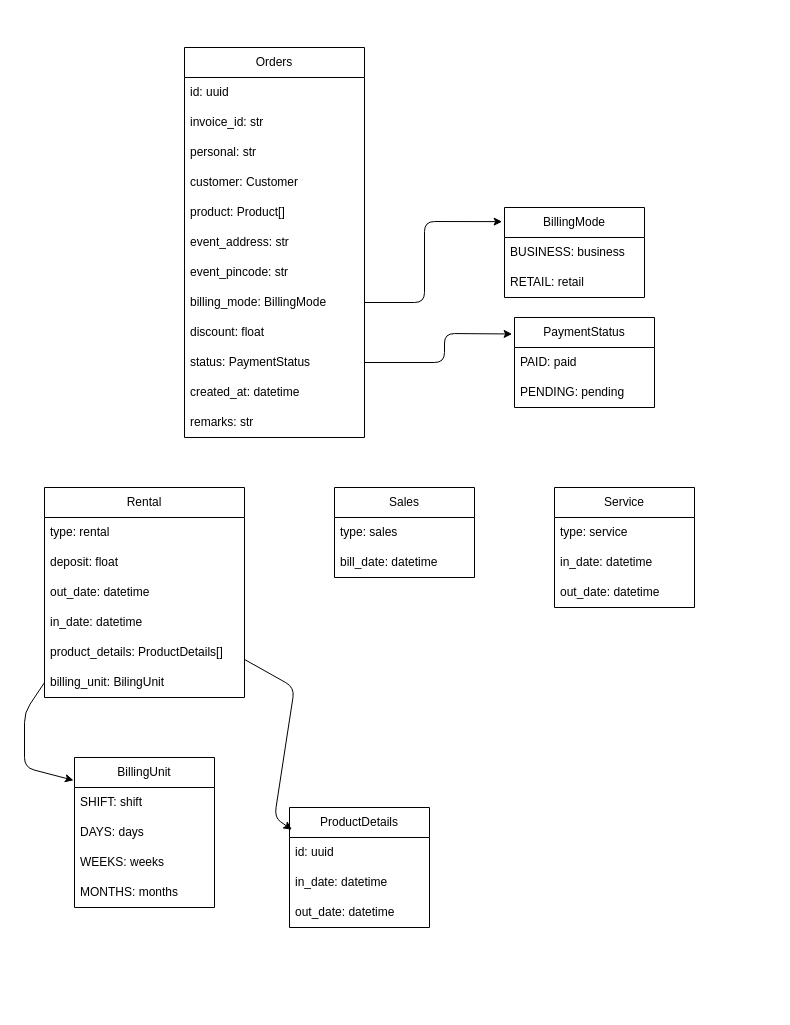
Earlier version of the draw.io diagram page "Orders" (4 of 4) of docs/IMS_MPT.drawio (Cherisher08/IMS_mpt_backend). Source tidied: cells renumbered, new cells numbered last; positions are measured from the earlier drawing's top-left corner, leaving out a move shared by most shapes. Both pictures are drawn from the tidied source at 100%, with x=0, y=0 at pixel (24, 47).
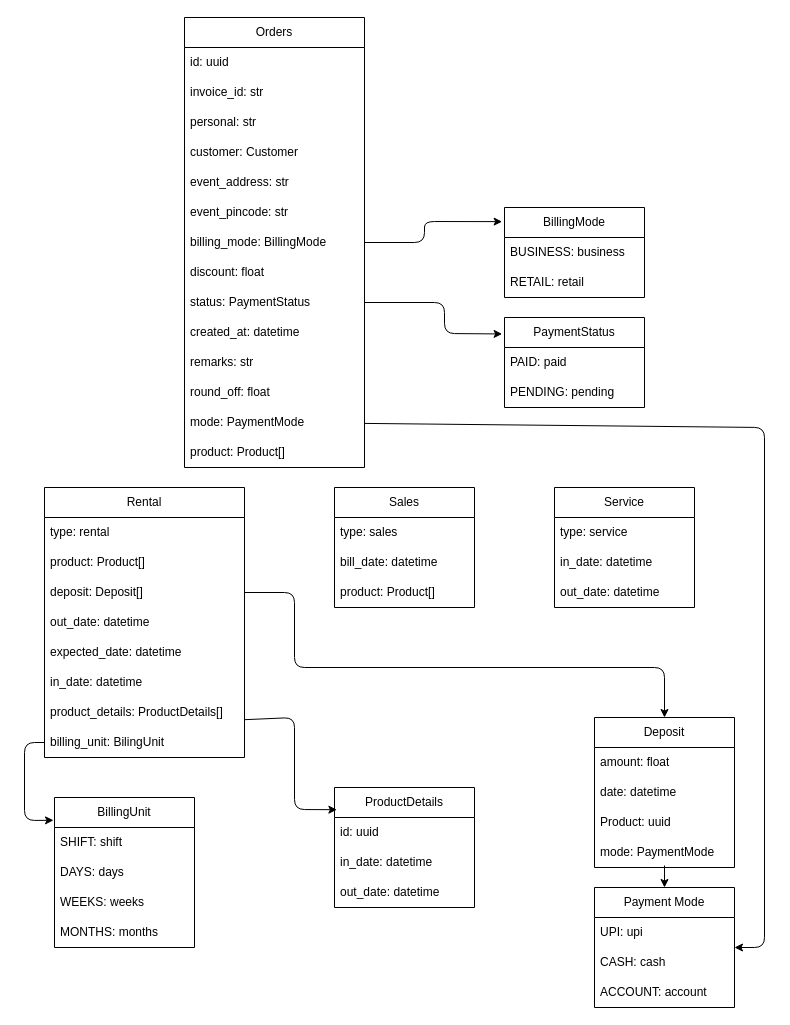
The same page after the edit.

Unchanged cells that the change refers to:
```xml
<mxCell id="22" value="BillingMode" style="swimlane;fontStyle=0;horizontal=1;startSize=30;whiteSpace=wrap;html=1;" parent="1" vertex="1">
  <mxGeometry x="480" y="160" width="140" height="90" as="geometry" />
</mxCell>
```

The edit, as a diff of the source:
```diff
@@
     <mxCell id="2" value="Orders" style="swimlane;fontStyle=0;horizontal=1;startSize=30;whiteSpace=wrap;html=1;" parent="1" vertex="1">
-      <mxGeometry x="160" width="180" height="390" as="geometry" />
+      <mxGeometry x="160" y="-30" width="180" height="450" as="geometry" />
     </mxCell>
@@
-    <mxCell id="7" value="product: Product[]" style="text;strokeColor=none;fillColor=none;align=left;verticalAlign=middle;spacingLeft=4;spacingRight=4;overflow=hidden;whiteSpace=wrap;html=1;" parent="2" vertex="1">
-      <mxGeometry y="150" width="180" height="30" as="geometry" />
-    </mxCell>
     <mxCell id="8" value="event_address: str" style="text;strokeColor=none;fillColor=none;align=left;verticalAlign=middle;spacingLeft=4;spacingRight=4;overflow=hidden;whiteSpace=wrap;html=1;" parent="2" vertex="1">
-      <mxGeometry y="180" width="180" height="30" as="geometry" />
+      <mxGeometry y="150" width="180" height="30" as="geometry" />
     </mxCell>
     <mxCell id="9" value="event_pincode: str" style="text;strokeColor=none;fillColor=none;align=left;verticalAlign=middle;spacingLeft=4;spacingRight=4;overflow=hidden;whiteSpace=wrap;html=1;" parent="2" vertex="1">
-      <mxGeometry y="210" width="180" height="30" as="geometry" />
+      <mxGeometry y="180" width="180" height="30" as="geometry" />
     </mxCell>
     <mxCell id="10" value="billing_mode: BillingMode" style="text;strokeColor=none;fillColor=none;align=left;verticalAlign=middle;spacingLeft=4;spacingRight=4;overflow=hidden;points=[[0,0.5],[1,0.5]];portConstraint=eastwest;whiteSpace=wrap;html=1;" parent="2" vertex="1">
-      <mxGeometry y="240" width="180" height="30" as="geometry" />
+      <mxGeometry y="210" width="180" height="30" as="geometry" />
     </mxCell>
     <mxCell id="11" value="discount: float" style="text;strokeColor=none;fillColor=none;align=left;verticalAlign=middle;spacingLeft=4;spacingRight=4;overflow=hidden;whiteSpace=wrap;html=1;" parent="2" vertex="1">
-      <mxGeometry y="270" width="180" height="30" as="geometry" />
+      <mxGeometry y="240" width="180" height="30" as="geometry" />
     </mxCell>
     <mxCell id="12" value="status: PaymentStatus" style="text;strokeColor=none;fillColor=none;align=left;verticalAlign=middle;spacingLeft=4;spacingRight=4;overflow=hidden;points=[[0,0.5],[1,0.5]];portConstraint=eastwest;whiteSpace=wrap;html=1;" parent="2" vertex="1">
-      <mxGeometry y="300" width="180" height="30" as="geometry" />
+      <mxGeometry y="270" width="180" height="30" as="geometry" />
     </mxCell>
     <mxCell id="13" value="created_at: datetime" style="text;strokeColor=none;fillColor=none;align=left;verticalAlign=middle;spacingLeft=4;spacingRight=4;overflow=hidden;whiteSpace=wrap;html=1;" parent="2" vertex="1">
-      <mxGeometry y="330" width="180" height="30" as="geometry" />
+      <mxGeometry y="300" width="180" height="30" as="geometry" />
     </mxCell>
     <mxCell id="14" value="remarks: str" style="text;strokeColor=none;fillColor=none;align=left;verticalAlign=middle;spacingLeft=4;spacingRight=4;overflow=hidden;whiteSpace=wrap;html=1;" parent="2" vertex="1">
-      <mxGeometry y="360" width="180" height="30" as="geometry" />
+      <mxGeometry y="330" width="180" height="30" as="geometry" />
     </mxCell>
+    <mxCell id="48" value="round_off: float" style="text;strokeColor=none;fillColor=none;align=left;verticalAlign=middle;spacingLeft=4;spacingRight=4;overflow=hidden;whiteSpace=wrap;html=1;" parent="2" vertex="1">
+      <mxGeometry y="360" width="180" height="30" as="geometry" />
+    </mxCell>
+    <mxCell id="49" value="mode: PaymentMode" style="text;strokeColor=none;fillColor=none;align=left;verticalAlign=middle;spacingLeft=4;spacingRight=4;overflow=hidden;points=[[0,0.5],[1,0.5]];portConstraint=eastwest;whiteSpace=wrap;html=1;" parent="2" vertex="1">
+      <mxGeometry y="390" width="180" height="30" as="geometry" />
+    </mxCell>
+    <mxCell id="50" value="&lt;span style=&quot;color: rgb(0, 0, 0);&quot;&gt;product: Product[]&lt;/span&gt;" style="text;strokeColor=none;fillColor=none;align=left;verticalAlign=middle;spacingLeft=4;spacingRight=4;overflow=hidden;whiteSpace=wrap;html=1;" parent="2" vertex="1">
+      <mxGeometry y="420" width="180" height="30" as="geometry" />
+    </mxCell>
     <mxCell id="15" value="Rental" style="swimlane;fontStyle=0;horizontal=1;startSize=30;whiteSpace=wrap;html=1;" parent="1" vertex="1">
-      <mxGeometry x="20" y="440" width="200" height="210" as="geometry" />
+      <mxGeometry x="20" y="440" width="200" height="270" as="geometry" />
     </mxCell>
+    <mxCell id="51" value="type: rental" style="text;strokeColor=none;fillColor=none;align=left;verticalAlign=middle;spacingLeft=4;spacingRight=4;overflow=hidden;whiteSpace=wrap;html=1;" parent="15" vertex="1">
+      <mxGeometry y="30" width="200" height="30" as="geometry" />
+    </mxCell>
-    <mxCell id="16" value="type: rental" style="text;strokeColor=none;fillColor=none;align=left;verticalAlign=middle;spacingLeft=4;spacingRight=4;overflow=hidden;whiteSpace=wrap;html=1;" parent="15" vertex="1">
-      <mxGeometry y="30" width="200" height="30" as="geometry" />
+    <mxCell id="16" value="&lt;span style=&quot;color: rgb(0, 0, 0);&quot;&gt;product: Product[]&lt;/span&gt;" style="text;strokeColor=none;fillColor=none;align=left;verticalAlign=middle;spacingLeft=4;spacingRight=4;overflow=hidden;whiteSpace=wrap;html=1;" parent="15" vertex="1">
+      <mxGeometry y="60" width="200" height="30" as="geometry" />
     </mxCell>
-    <mxCell id="17" value="deposit: float" style="text;strokeColor=none;fillColor=none;align=left;verticalAlign=middle;spacingLeft=4;spacingRight=4;overflow=hidden;points=[[0,0.5],[1,0.5]];portConstraint=eastwest;whiteSpace=wrap;html=1;" parent="15" vertex="1">
-      <mxGeometry y="60" width="200" height="30" as="geometry" />
+    <mxCell id="17" value="deposit: Deposit[]" style="text;strokeColor=none;fillColor=none;align=left;verticalAlign=middle;spacingLeft=4;spacingRight=4;overflow=hidden;points=[[0,0.5],[1,0.5]];portConstraint=eastwest;whiteSpace=wrap;html=1;" parent="15" vertex="1">
+      <mxGeometry y="90" width="200" height="30" as="geometry" />
     </mxCell>
+    <mxCell id="52" value="out_date: datetime" style="text;strokeColor=none;fillColor=none;align=left;verticalAlign=middle;spacingLeft=4;spacingRight=4;overflow=hidden;whiteSpace=wrap;html=1;" parent="15" vertex="1">
+      <mxGeometry y="120" width="200" height="30" as="geometry" />
+    </mxCell>
-    <mxCell id="18" value="out_date: datetime" style="text;strokeColor=none;fillColor=none;align=left;verticalAlign=middle;spacingLeft=4;spacingRight=4;overflow=hidden;whiteSpace=wrap;html=1;" parent="15" vertex="1">
-      <mxGeometry y="90" width="200" height="30" as="geometry" />
+    <mxCell id="18" value="expected_date: datetime" style="text;strokeColor=none;fillColor=none;align=left;verticalAlign=middle;spacingLeft=4;spacingRight=4;overflow=hidden;whiteSpace=wrap;html=1;" parent="15" vertex="1">
+      <mxGeometry y="150" width="200" height="30" as="geometry" />
     </mxCell>
     <mxCell id="19" value="in_date: datetime" style="text;strokeColor=none;fillColor=none;align=left;verticalAlign=middle;spacingLeft=4;spacingRight=4;overflow=hidden;whiteSpace=wrap;html=1;" parent="15" vertex="1">
-      <mxGeometry y="120" width="200" height="30" as="geometry" />
+      <mxGeometry y="180" width="200" height="30" as="geometry" />
     </mxCell>
     <mxCell id="20" value="product_details: ProductDetails[]" style="text;strokeColor=none;fillColor=none;align=left;verticalAlign=middle;spacingLeft=4;spacingRight=4;overflow=hidden;points=[[0,0.5],[1,0.5]];portConstraint=eastwest;whiteSpace=wrap;html=1;" parent="15" vertex="1">
-      <mxGeometry y="150" width="200" height="30" as="geometry" />
+      <mxGeometry y="210" width="200" height="30" as="geometry" />
     </mxCell>
     <mxCell id="21" value="billing_unit: BilingUnit" style="text;strokeColor=none;fillColor=none;align=left;verticalAlign=middle;spacingLeft=4;spacingRight=4;overflow=hidden;points=[[0,0.5],[1,0.5]];portConstraint=eastwest;whiteSpace=wrap;html=1;" parent="15" vertex="1">
-      <mxGeometry y="180" width="200" height="30" as="geometry" />
+      <mxGeometry y="240" width="200" height="30" as="geometry" />
     </mxCell>
@@
     <mxCell id="25" style="edgeStyle=none;html=1;exitX=1;exitY=0.5;exitDx=0;exitDy=0;entryX=-0.017;entryY=0.157;entryDx=0;entryDy=0;entryPerimeter=0;" parent="1" edge="1" source="10" target="22">
       <mxGeometry relative="1" as="geometry">
         <Array as="points">
-          <mxPoint x="400" y="255" />
+          <mxPoint x="400" y="195" />
           <mxPoint x="400" y="174" />
         </Array>
       </mxGeometry>
     </mxCell>
     <mxCell id="26" value="Sales" style="swimlane;fontStyle=0;horizontal=1;startSize=30;whiteSpace=wrap;html=1;" parent="1" vertex="1">
-      <mxGeometry x="310" y="440" width="140" height="90" as="geometry" />
+      <mxGeometry x="310" y="440" width="140" height="120" as="geometry" />
     </mxCell>
@@
+    <mxCell id="53" value="&lt;span style=&quot;color: rgb(0, 0, 0);&quot;&gt;product: Product[]&lt;/span&gt;" style="text;strokeColor=none;fillColor=none;align=left;verticalAlign=middle;spacingLeft=4;spacingRight=4;overflow=hidden;whiteSpace=wrap;html=1;" parent="26" vertex="1">
+      <mxGeometry y="90" width="140" height="30" as="geometry" />
+    </mxCell>
@@
     <mxCell id="33" value="PaymentStatus" style="swimlane;fontStyle=0;horizontal=1;startSize=30;whiteSpace=wrap;html=1;" parent="1" vertex="1">
-      <mxGeometry x="490" y="270" width="140" height="90" as="geometry" />
+      <mxGeometry x="480" y="270" width="140" height="90" as="geometry" />
     </mxCell>
@@
     <mxCell id="36" style="edgeStyle=none;html=1;exitX=1;exitY=0.5;exitDx=0;exitDy=0;entryX=-0.017;entryY=0.183;entryDx=0;entryDy=0;entryPerimeter=0;" parent="1" edge="1" source="12" target="33">
       <mxGeometry relative="1" as="geometry">
         <Array as="points">
-          <mxPoint x="420" y="315" />
+          <mxPoint x="420" y="255" />
           <mxPoint x="420" y="286" />
         </Array>
       </mxGeometry>
     </mxCell>
     <mxCell id="37" value="&lt;span style=&quot;color: rgb(0, 0, 0); text-align: left;&quot;&gt;ProductDetails&lt;/span&gt;" style="swimlane;fontStyle=0;horizontal=1;startSize=30;whiteSpace=wrap;html=1;" parent="1" vertex="1">
-      <mxGeometry x="265" y="760" width="140" height="120" as="geometry" />
+      <mxGeometry x="310" y="740" width="140" height="120" as="geometry" />
     </mxCell>
@@
     <mxCell id="41" style="edgeStyle=none;html=1;entryX=0.017;entryY=0.185;entryDx=0;entryDy=0;exitX=1.002;exitY=0.739;exitDx=0;exitDy=0;exitPerimeter=0;entryPerimeter=0;" parent="1" edge="1" source="20" target="37">
       <mxGeometry relative="1" as="geometry">
         <Array as="points">
-          <mxPoint x="270" y="640" />
-          <mxPoint x="250" y="770" />
+          <mxPoint x="270" y="670" />
+          <mxPoint x="270" y="762" />
         </Array>
       </mxGeometry>
     </mxCell>
     <mxCell id="42" value="BillingUnit" style="swimlane;fontStyle=0;horizontal=1;startSize=30;whiteSpace=wrap;html=1;" parent="1" vertex="1">
-      <mxGeometry x="50" y="710" width="140" height="150" as="geometry" />
+      <mxGeometry x="30" y="750" width="140" height="150" as="geometry" />
     </mxCell>
@@
     <mxCell id="47" style="edgeStyle=none;html=1;exitX=0;exitY=0.5;exitDx=0;exitDy=0;entryX=-0.007;entryY=0.152;entryDx=0;entryDy=0;entryPerimeter=0;" parent="1" edge="1" source="21" target="42">
       <mxGeometry relative="1" as="geometry">
         <Array as="points">
-          <mxPoint y="665" />
-          <mxPoint y="720" />
+          <mxPoint y="695" />
+          <mxPoint y="773" />
         </Array>
       </mxGeometry>
     </mxCell>
+    <mxCell id="54" value="&lt;span style=&quot;color: rgb(0, 0, 0); text-align: left;&quot;&gt;Deposit&lt;/span&gt;" style="swimlane;fontStyle=0;horizontal=1;startSize=30;whiteSpace=wrap;html=1;" parent="1" vertex="1">
+      <mxGeometry x="570" y="670" width="140" height="150" as="geometry" />
+    </mxCell>
+    <mxCell id="55" value="amount: float" style="text;strokeColor=none;fillColor=none;align=left;verticalAlign=middle;spacingLeft=4;spacingRight=4;overflow=hidden;whiteSpace=wrap;html=1;" parent="54" vertex="1">
+      <mxGeometry y="30" width="140" height="30" as="geometry" />
+    </mxCell>
+    <mxCell id="56" value="date: datetime" style="text;strokeColor=none;fillColor=none;align=left;verticalAlign=middle;spacingLeft=4;spacingRight=4;overflow=hidden;whiteSpace=wrap;html=1;" parent="54" vertex="1">
+      <mxGeometry y="60" width="140" height="30" as="geometry" />
+    </mxCell>
+    <mxCell id="57" value="Product: uuid" style="text;strokeColor=none;fillColor=none;align=left;verticalAlign=middle;spacingLeft=4;spacingRight=4;overflow=hidden;whiteSpace=wrap;html=1;" parent="54" vertex="1">
+      <mxGeometry y="90" width="140" height="30" as="geometry" />
+    </mxCell>
+    <mxCell id="58" value="mode: PaymentMode" style="text;strokeColor=none;fillColor=none;align=left;verticalAlign=middle;spacingLeft=4;spacingRight=4;overflow=hidden;points=[[0,0.5],[1,0.5]];portConstraint=eastwest;whiteSpace=wrap;html=1;" parent="54" vertex="1">
+      <mxGeometry y="120" width="140" height="30" as="geometry" />
+    </mxCell>
+    <mxCell id="59" style="edgeStyle=none;html=1;exitX=1;exitY=0.5;exitDx=0;exitDy=0;entryX=0.5;entryY=0;entryDx=0;entryDy=0;" parent="1" edge="1" source="17" target="54">
+      <mxGeometry relative="1" as="geometry">
+        <Array as="points">
+          <mxPoint x="270" y="545" />
+          <mxPoint x="270" y="620" />
+          <mxPoint x="640" y="620" />
+        </Array>
+      </mxGeometry>
+    </mxCell>
+    <mxCell id="60" value="Payment Mode" style="swimlane;fontStyle=0;horizontal=1;startSize=30;whiteSpace=wrap;html=1;" parent="1" vertex="1">
+      <mxGeometry x="570" y="840" width="140" height="120" as="geometry" />
+    </mxCell>
+    <mxCell id="61" value="UPI: upi" style="text;strokeColor=none;fillColor=none;align=left;verticalAlign=middle;spacingLeft=4;spacingRight=4;overflow=hidden;whiteSpace=wrap;html=1;" parent="60" vertex="1">
+      <mxGeometry y="30" width="140" height="30" as="geometry" />
+    </mxCell>
+    <mxCell id="62" value="CASH: cash" style="text;strokeColor=none;fillColor=none;align=left;verticalAlign=middle;spacingLeft=4;spacingRight=4;overflow=hidden;whiteSpace=wrap;html=1;" parent="60" vertex="1">
+      <mxGeometry y="60" width="140" height="30" as="geometry" />
+    </mxCell>
+    <mxCell id="63" value="ACCOUNT: account" style="text;strokeColor=none;fillColor=none;align=left;verticalAlign=middle;spacingLeft=4;spacingRight=4;overflow=hidden;whiteSpace=wrap;html=1;" parent="60" vertex="1">
+      <mxGeometry y="90" width="140" height="30" as="geometry" />
+    </mxCell>
+    <mxCell id="64" style="edgeStyle=none;html=1;exitX=0.5;exitY=0.933;exitDx=0;exitDy=0;exitPerimeter=0;" parent="1" edge="1" source="58" target="60">
+      <mxGeometry relative="1" as="geometry" />
+    </mxCell>
+    <mxCell id="65" style="edgeStyle=none;html=1;" parent="1" edge="1" source="49" target="60">
+      <mxGeometry relative="1" as="geometry">
+        <Array as="points">
+          <mxPoint x="740" y="380" />
+          <mxPoint x="740" y="900" />
+        </Array>
+      </mxGeometry>
+    </mxCell>
```
